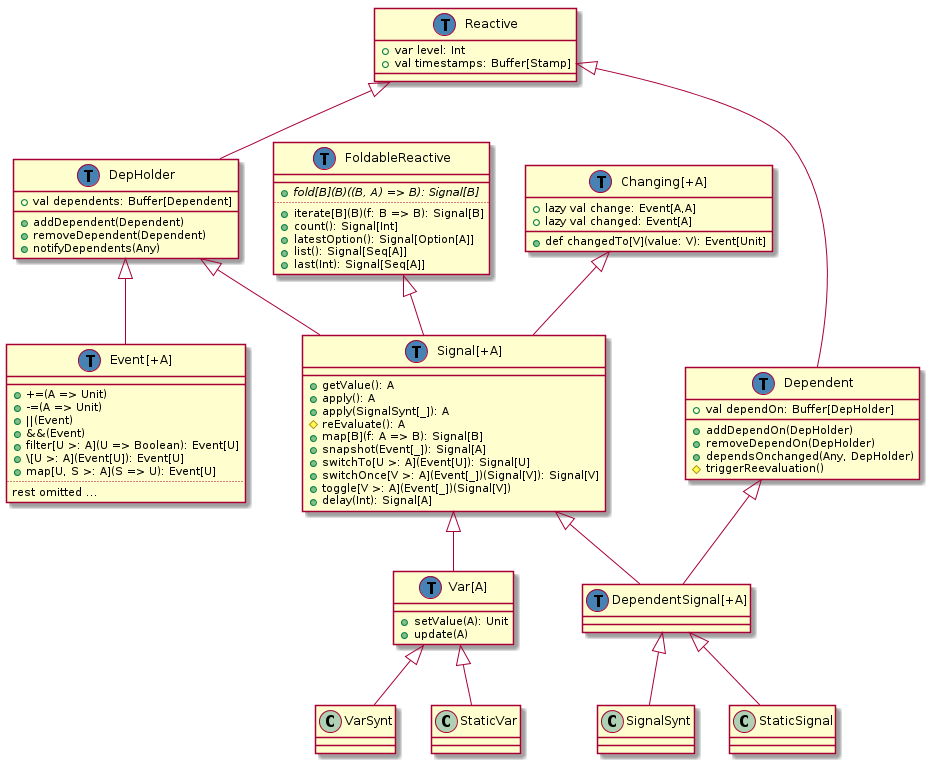
This is doc/class-hierarchy/post-refactoring-may-14.png from rescala-lang/REScala, a PlantUML export, as it was before one commit.
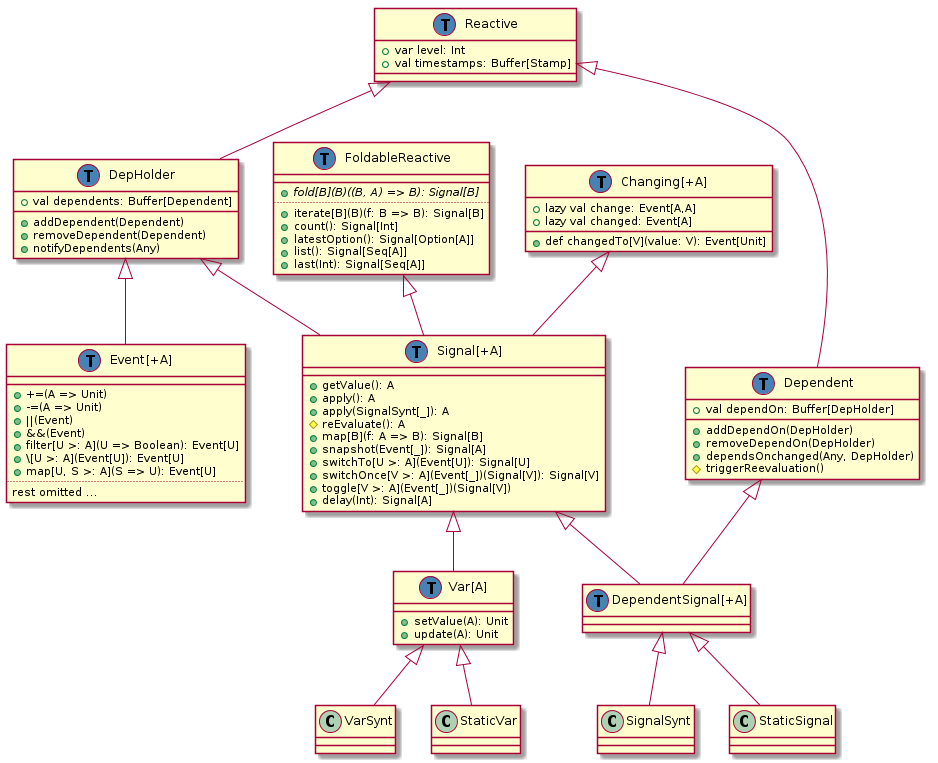
The same diagram one commit later.

Commit message:
Add missing type for Var.update

Change to the diagram source:
```diff
@@ -41,7 +41,7 @@
 class "Var[A]" as Var {
   __
   +setValue(A): Unit
-  +update(A)
+  +update(A): Unit
 }
 Signal <|-- Var
 
```
